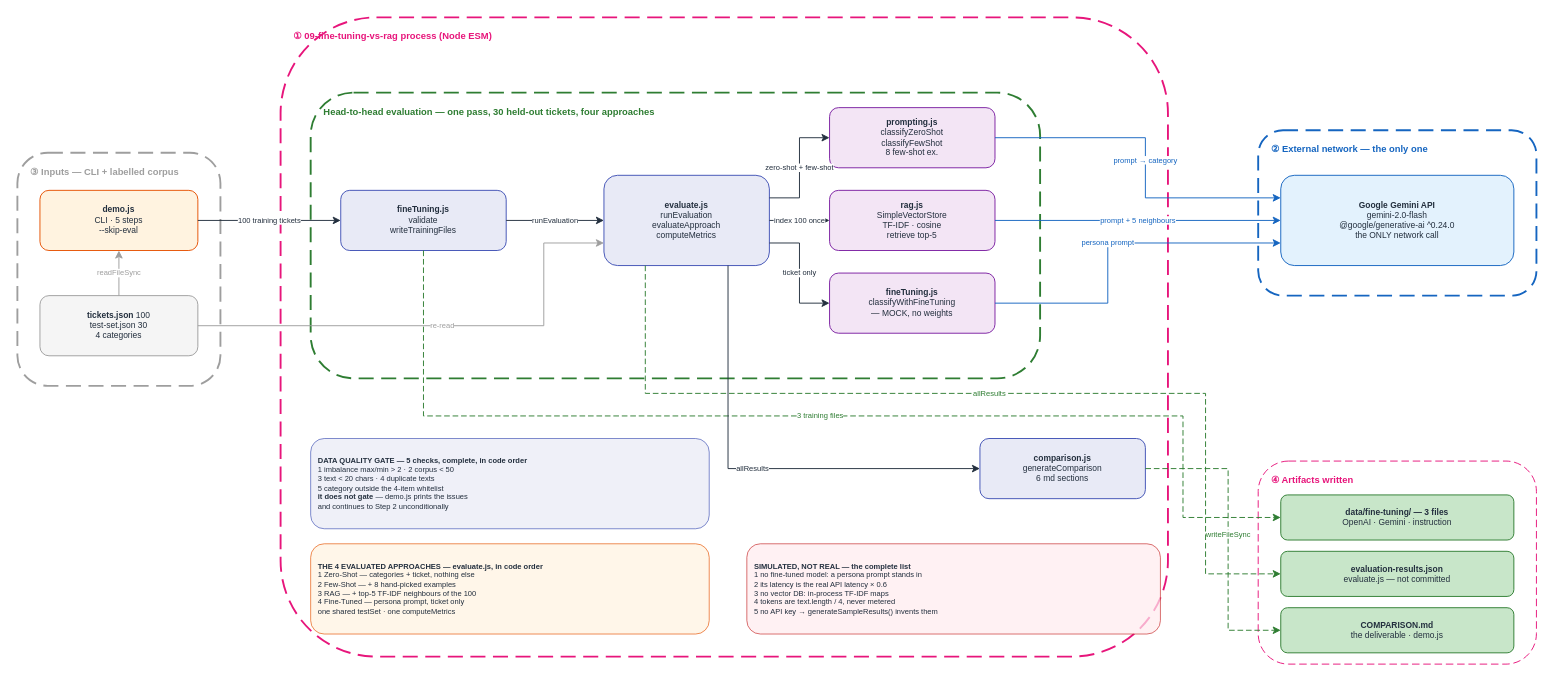
This is docs/diagrams/finetune_vs_rag_v1/HOA_FineTuneVsRag_v1.drawio from gmaheshraju/Hands-on-AgenticAI, a draw.io file, before an edit. Source tidied: cells renumbered, new cells numbered last; positions are measured from the earlier drawing's top-left corner, leaving out a move shared by most shapes. Both pictures are drawn from the tidied source at 94%, with x=0, y=0 at pixel (17, 17).
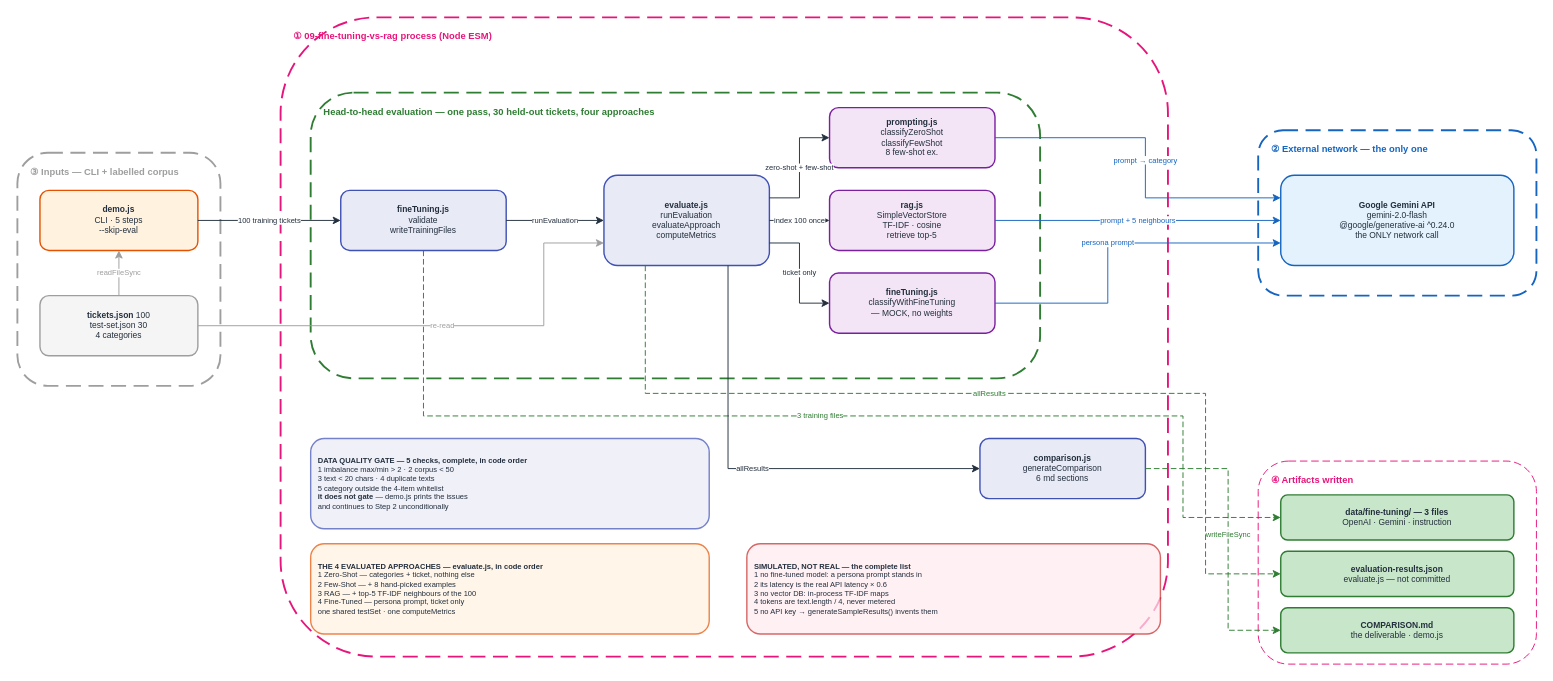
The same page after the edit.

Change to the diagram source:
```diff
@@
-    <mxCell id="12" value="&lt;b&gt;demo.js&lt;/b&gt;&lt;br&gt;CLI · 5 steps&lt;br&gt;--skip-eval" style="rounded=1;fillColor=#FFF3E0;strokeColor=#E65100;fontSize=9;fontColor=#232F3E;html=1;whiteSpace=wrap;align=center;" parent="1" vertex="1">
+    <mxCell id="12" value="&lt;b&gt;demo.js&lt;/b&gt;&lt;br&gt;CLI · 5 steps&lt;br&gt;--skip-eval" style="rounded=1;fillColor=#FFF3E0;strokeColor=#E65100;strokeWidth=1.5;fontSize=9;fontColor=#232F3E;html=1;whiteSpace=wrap;align=center;" parent="1" vertex="1">
       <mxGeometry x="24" y="184" width="168" height="64" as="geometry" />
     </mxCell>
-    <mxCell id="13" value="&lt;b&gt;tickets.json&lt;/b&gt; 100&lt;br&gt;test-set.json 30&lt;br&gt;4 categories" style="rounded=1;fillColor=#F5F5F5;strokeColor=#9E9E9E;fontSize=9;fontColor=#232F3E;html=1;whiteSpace=wrap;align=center;" parent="1" vertex="1">
+    <mxCell id="13" value="&lt;b&gt;tickets.json&lt;/b&gt; 100&lt;br&gt;test-set.json 30&lt;br&gt;4 categories" style="rounded=1;fillColor=#F5F5F5;strokeColor=#9E9E9E;strokeWidth=1.5;fontSize=9;fontColor=#232F3E;html=1;whiteSpace=wrap;align=center;" parent="1" vertex="1">
       <mxGeometry x="24" y="296" width="168" height="64" as="geometry" />
     </mxCell>
-    <mxCell id="14" value="&lt;b&gt;fineTuning.js&lt;/b&gt;&lt;br&gt;validate&lt;br&gt;writeTrainingFiles" style="rounded=1;fillColor=#E8EAF6;strokeColor=#3F51B5;fontSize=9;fontColor=#232F3E;html=1;whiteSpace=wrap;align=center;" parent="1" vertex="1">
+    <mxCell id="14" value="&lt;b&gt;fineTuning.js&lt;/b&gt;&lt;br&gt;validate&lt;br&gt;writeTrainingFiles" style="rounded=1;fillColor=#E8EAF6;strokeColor=#3F51B5;strokeWidth=1.5;fontSize=9;fontColor=#232F3E;html=1;whiteSpace=wrap;align=center;" parent="1" vertex="1">
       <mxGeometry x="344" y="184" width="176" height="64" as="geometry" />
     </mxCell>
-    <mxCell id="15" value="&lt;b&gt;evaluate.js&lt;/b&gt;&lt;br&gt;runEvaluation&lt;br&gt;evaluateApproach&lt;br&gt;computeMetrics" style="rounded=1;fillColor=#E8EAF6;strokeColor=#3F51B5;fontSize=9;fontColor=#232F3E;html=1;whiteSpace=wrap;align=center;" parent="1" vertex="1">
+    <mxCell id="15" value="&lt;b&gt;evaluate.js&lt;/b&gt;&lt;br&gt;runEvaluation&lt;br&gt;evaluateApproach&lt;br&gt;computeMetrics" style="rounded=1;fillColor=#E8EAF6;strokeColor=#3F51B5;strokeWidth=1.5;fontSize=9;fontColor=#232F3E;html=1;whiteSpace=wrap;align=center;" parent="1" vertex="1">
       <mxGeometry x="624" y="168" width="176" height="96" as="geometry" />
     </mxCell>
-    <mxCell id="16" value="&lt;b&gt;prompting.js&lt;/b&gt;&lt;br&gt;classifyZeroShot&lt;br&gt;classifyFewShot&lt;br&gt;8 few-shot ex." style="rounded=1;fillColor=#F3E5F5;strokeColor=#7B1FA2;fontSize=9;fontColor=#232F3E;html=1;whiteSpace=wrap;align=center;" parent="1" vertex="1">
+    <mxCell id="16" value="&lt;b&gt;prompting.js&lt;/b&gt;&lt;br&gt;classifyZeroShot&lt;br&gt;classifyFewShot&lt;br&gt;8 few-shot ex." style="rounded=1;fillColor=#F3E5F5;strokeColor=#7B1FA2;strokeWidth=1.5;fontSize=9;fontColor=#232F3E;html=1;whiteSpace=wrap;align=center;" parent="1" vertex="1">
       <mxGeometry x="864" y="96" width="176" height="64" as="geometry" />
     </mxCell>
-    <mxCell id="17" value="&lt;b&gt;rag.js&lt;/b&gt;&lt;br&gt;SimpleVectorStore&lt;br&gt;TF-IDF · cosine&lt;br&gt;retrieve top-5" style="rounded=1;fillColor=#F3E5F5;strokeColor=#7B1FA2;fontSize=9;fontColor=#232F3E;html=1;whiteSpace=wrap;align=center;" parent="1" vertex="1">
+    <mxCell id="17" value="&lt;b&gt;rag.js&lt;/b&gt;&lt;br&gt;SimpleVectorStore&lt;br&gt;TF-IDF · cosine&lt;br&gt;retrieve top-5" style="rounded=1;fillColor=#F3E5F5;strokeColor=#7B1FA2;strokeWidth=1.5;fontSize=9;fontColor=#232F3E;html=1;whiteSpace=wrap;align=center;" parent="1" vertex="1">
       <mxGeometry x="864" y="184" width="176" height="64" as="geometry" />
     </mxCell>
-    <mxCell id="18" value="&lt;b&gt;fineTuning.js&lt;/b&gt;&lt;br&gt;classifyWithFineTuning&lt;br&gt; — MOCK, no weights" style="rounded=1;fillColor=#F3E5F5;strokeColor=#7B1FA2;fontSize=9;fontColor=#232F3E;html=1;whiteSpace=wrap;align=center;" parent="1" vertex="1">
+    <mxCell id="18" value="&lt;b&gt;fineTuning.js&lt;/b&gt;&lt;br&gt;classifyWithFineTuning&lt;br&gt; — MOCK, no weights" style="rounded=1;fillColor=#F3E5F5;strokeColor=#7B1FA2;strokeWidth=1.5;fontSize=9;fontColor=#232F3E;html=1;whiteSpace=wrap;align=center;" parent="1" vertex="1">
       <mxGeometry x="864" y="272" width="176" height="64" as="geometry" />
     </mxCell>
-    <mxCell id="19" value="&lt;b&gt;Google Gemini API&lt;/b&gt;&lt;br&gt;gemini-2.0-flash&lt;br&gt;@google/generative-ai ^0.24.0&lt;br&gt;the ONLY network call" style="rounded=1;fillColor=#E3F2FD;strokeColor=#1565C0;fontSize=9;fontColor=#232F3E;html=1;whiteSpace=wrap;align=center;" parent="1" vertex="1">
+    <mxCell id="19" value="&lt;b&gt;Google Gemini API&lt;/b&gt;&lt;br&gt;gemini-2.0-flash&lt;br&gt;@google/generative-ai ^0.24.0&lt;br&gt;the ONLY network call" style="rounded=1;fillColor=#E3F2FD;strokeColor=#1565C0;strokeWidth=1.5;fontSize=9;fontColor=#232F3E;html=1;whiteSpace=wrap;align=center;" parent="1" vertex="1">
       <mxGeometry x="1344" y="168" width="248" height="96" as="geometry" />
     </mxCell>
-    <mxCell id="20" value="&lt;b&gt;comparison.js&lt;/b&gt;&lt;br&gt;generateComparison&lt;br&gt;6 md sections" style="rounded=1;fillColor=#E8EAF6;strokeColor=#3F51B5;fontSize=9;fontColor=#232F3E;html=1;whiteSpace=wrap;align=center;" parent="1" vertex="1">
+    <mxCell id="20" value="&lt;b&gt;comparison.js&lt;/b&gt;&lt;br&gt;generateComparison&lt;br&gt;6 md sections" style="rounded=1;fillColor=#E8EAF6;strokeColor=#3F51B5;strokeWidth=1.5;fontSize=9;fontColor=#232F3E;html=1;whiteSpace=wrap;align=center;" parent="1" vertex="1">
       <mxGeometry x="1024" y="448" width="176" height="64" as="geometry" />
     </mxCell>
-    <mxCell id="21" value="&lt;b&gt;data/fine-tuning/ — 3 files&lt;/b&gt;&lt;br&gt;OpenAI · Gemini · instruction" style="rounded=1;fillColor=#C8E6C9;strokeColor=#2E7D32;fontSize=9;fontColor=#232F3E;html=1;whiteSpace=wrap;align=center;" parent="1" vertex="1">
+    <mxCell id="21" value="&lt;b&gt;data/fine-tuning/ — 3 files&lt;/b&gt;&lt;br&gt;OpenAI · Gemini · instruction" style="rounded=1;fillColor=#C8E6C9;strokeColor=#2E7D32;strokeWidth=1.5;fontSize=9;fontColor=#232F3E;html=1;whiteSpace=wrap;align=center;" parent="1" vertex="1">
       <mxGeometry x="1344" y="508" width="248" height="48" as="geometry" />
     </mxCell>
-    <mxCell id="22" value="&lt;b&gt;evaluation-results.json&lt;/b&gt;&lt;br&gt;evaluate.js — not committed" style="rounded=1;fillColor=#C8E6C9;strokeColor=#2E7D32;fontSize=9;fontColor=#232F3E;html=1;whiteSpace=wrap;align=center;" parent="1" vertex="1">
+    <mxCell id="22" value="&lt;b&gt;evaluation-results.json&lt;/b&gt;&lt;br&gt;evaluate.js — not committed" style="rounded=1;fillColor=#C8E6C9;strokeColor=#2E7D32;strokeWidth=1.5;fontSize=9;fontColor=#232F3E;html=1;whiteSpace=wrap;align=center;" parent="1" vertex="1">
       <mxGeometry x="1344" y="568" width="248" height="48" as="geometry" />
     </mxCell>
-    <mxCell id="23" value="&lt;b&gt;COMPARISON.md&lt;/b&gt;&lt;br&gt;the deliverable · demo.js" style="rounded=1;fillColor=#C8E6C9;strokeColor=#2E7D32;fontSize=9;fontColor=#232F3E;html=1;whiteSpace=wrap;align=center;" parent="1" vertex="1">
+    <mxCell id="23" value="&lt;b&gt;COMPARISON.md&lt;/b&gt;&lt;br&gt;the deliverable · demo.js" style="rounded=1;fillColor=#C8E6C9;strokeColor=#2E7D32;strokeWidth=1.5;fontSize=9;fontColor=#232F3E;html=1;whiteSpace=wrap;align=center;" parent="1" vertex="1">
       <mxGeometry x="1344" y="628" width="248" height="48" as="geometry" />
     </mxCell>
-    <mxCell id="24" value="&lt;b&gt;DATA QUALITY GATE — 5 checks, complete, in code order&lt;/b&gt;&lt;br&gt;1 imbalance max/min &amp;gt; 2 · 2 corpus &amp;lt; 50&lt;br&gt;3 text &amp;lt; 20 chars · 4 duplicate texts&lt;br&gt;5 category outside the 4-item whitelist&lt;br&gt;&lt;b&gt;it does not gate&lt;/b&gt; — demo.js prints the issues&lt;br&gt;and continues to Step 2 unconditionally" style="rounded=1;fillColor=#E8EAF6;strokeColor=#3F51B5;fontSize=8;fontColor=#232F3E;html=1;whiteSpace=wrap;align=left;spacingLeft=6;opacity=70;" parent="1" vertex="1">
+    <mxCell id="24" value="&lt;b&gt;DATA QUALITY GATE — 5 checks, complete, in code order&lt;/b&gt;&lt;br&gt;1 imbalance max/min &amp;gt; 2 · 2 corpus &amp;lt; 50&lt;br&gt;3 text &amp;lt; 20 chars · 4 duplicate texts&lt;br&gt;5 category outside the 4-item whitelist&lt;br&gt;&lt;b&gt;it does not gate&lt;/b&gt; — demo.js prints the issues&lt;br&gt;and continues to Step 2 unconditionally" style="rounded=1;fillColor=#E8EAF6;strokeColor=#3F51B5;strokeWidth=1.5;fontSize=8;fontColor=#232F3E;html=1;whiteSpace=wrap;align=left;spacingLeft=6;opacity=70;" parent="1" vertex="1">
       <mxGeometry x="312" y="448" width="424" height="96" as="geometry" />
     </mxCell>
-    <mxCell id="25" value="&lt;b&gt;THE 4 EVALUATED APPROACHES — evaluate.js, in code order&lt;/b&gt;&lt;br&gt;1 Zero-Shot — categories + ticket, nothing else&lt;br&gt;2 Few-Shot — + 8 hand-picked examples&lt;br&gt;3 RAG — + top-5 TF-IDF neighbours of the 100&lt;br&gt;4 Fine-Tuned — persona prompt, ticket only&lt;br&gt;one shared testSet · one computeMetrics" style="rounded=1;fillColor=#FFF3E0;strokeColor=#E65100;fontSize=8;fontColor=#232F3E;html=1;whiteSpace=wrap;align=left;spacingLeft=6;opacity=70;" parent="1" vertex="1">
+    <mxCell id="25" value="&lt;b&gt;THE 4 EVALUATED APPROACHES — evaluate.js, in code order&lt;/b&gt;&lt;br&gt;1 Zero-Shot — categories + ticket, nothing else&lt;br&gt;2 Few-Shot — + 8 hand-picked examples&lt;br&gt;3 RAG — + top-5 TF-IDF neighbours of the 100&lt;br&gt;4 Fine-Tuned — persona prompt, ticket only&lt;br&gt;one shared testSet · one computeMetrics" style="rounded=1;fillColor=#FFF3E0;strokeColor=#E65100;strokeWidth=1.5;fontSize=8;fontColor=#232F3E;html=1;whiteSpace=wrap;align=left;spacingLeft=6;opacity=70;" parent="1" vertex="1">
       <mxGeometry x="312" y="560" width="424" height="96" as="geometry" />
     </mxCell>
-    <mxCell id="26" value="&lt;b&gt;SIMULATED, NOT REAL — the complete list&lt;/b&gt;&lt;br&gt;1 no fine-tuned model: a persona prompt stands in&lt;br&gt;2 its latency is the real API latency × 0.6&lt;br&gt;3 no vector DB: in-process TF-IDF maps&lt;br&gt;4 tokens are text.length / 4, never metered&lt;br&gt;5 no API key → generateSampleResults() invents them" style="rounded=1;fillColor=#FFEBEE;strokeColor=#C62828;fontSize=8;fontColor=#232F3E;html=1;whiteSpace=wrap;align=left;spacingLeft=6;opacity=70;" parent="1" vertex="1">
+    <mxCell id="26" value="&lt;b&gt;SIMULATED, NOT REAL — the complete list&lt;/b&gt;&lt;br&gt;1 no fine-tuned model: a persona prompt stands in&lt;br&gt;2 its latency is the real API latency × 0.6&lt;br&gt;3 no vector DB: in-process TF-IDF maps&lt;br&gt;4 tokens are text.length / 4, never metered&lt;br&gt;5 no API key → generateSampleResults() invents them" style="rounded=1;fillColor=#FFEBEE;strokeColor=#C62828;strokeWidth=1.5;fontSize=8;fontColor=#232F3E;html=1;whiteSpace=wrap;align=left;spacingLeft=6;opacity=70;" parent="1" vertex="1">
       <mxGeometry x="776" y="560" width="440" height="96" as="geometry" />
     </mxCell>
```
